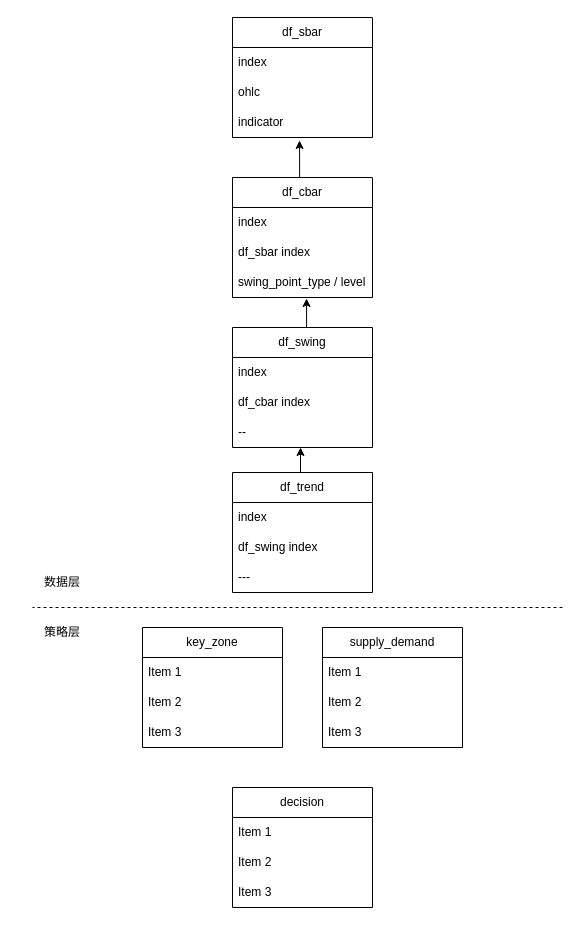
Earlier version of the draw.io diagram page "DB Relation" (9 of 9) of docs/followchart.drawio (ligl/pulao). Source tidied: cells renumbered, new cells numbered last; positions are measured from the earlier drawing's top-left corner, leaving out a move shared by most shapes. Both pictures are drawn from the tidied source at 100%, with x=0, y=0 at pixel (32, 17).
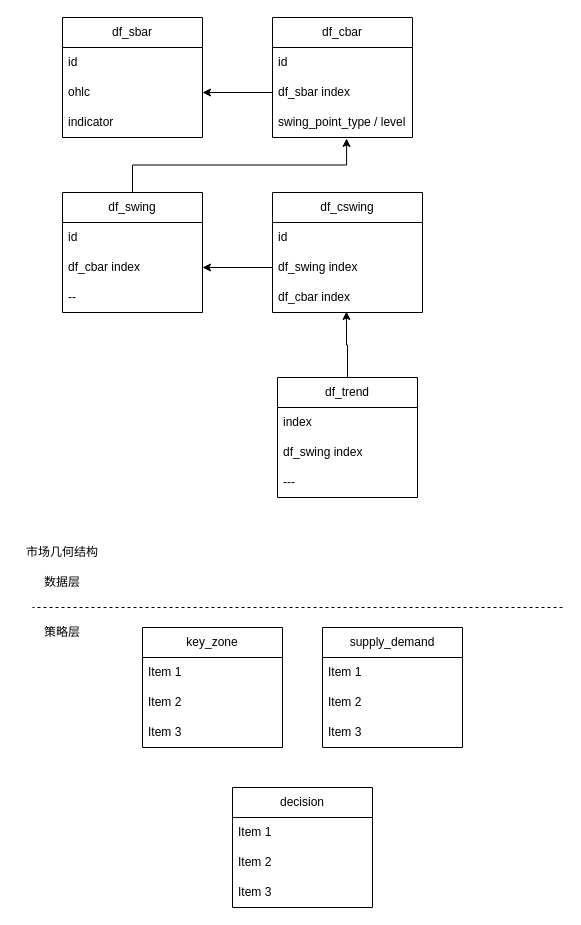
The same page after the edit.

The change refers to these unchanged cells:
```xml
<mxCell id="4" value="ohlc" style="text;strokeColor=none;fillColor=none;align=left;verticalAlign=middle;spacingLeft=4;spacingRight=4;overflow=hidden;points=[[0,0.5],[1,0.5]];portConstraint=eastwest;whiteSpace=wrap;html=1;" parent="2" vertex="1">
  <mxGeometry y="60" width="140" height="30" as="geometry" />
</mxCell>
<mxCell id="5" value="indicator" style="text;strokeColor=none;fillColor=none;align=left;verticalAlign=middle;spacingLeft=4;spacingRight=4;overflow=hidden;points=[[0,0.5],[1,0.5]];portConstraint=eastwest;whiteSpace=wrap;html=1;" parent="2" vertex="1">
  <mxGeometry y="90" width="140" height="30" as="geometry" />
</mxCell>
<mxCell id="8" value="df_sbar index" style="text;strokeColor=none;fillColor=none;align=left;verticalAlign=middle;spacingLeft=4;spacingRight=4;overflow=hidden;points=[[0,0.5],[1,0.5]];portConstraint=eastwest;whiteSpace=wrap;html=1;" parent="6" vertex="1">
  <mxGeometry y="60" width="140" height="30" as="geometry" />
</mxCell>
<mxCell id="13" value="--" style="text;strokeColor=none;fillColor=none;align=left;verticalAlign=middle;spacingLeft=4;spacingRight=4;overflow=hidden;points=[[0,0.5],[1,0.5]];portConstraint=eastwest;whiteSpace=wrap;html=1;" parent="10" vertex="1">
  <mxGeometry y="90" width="140" height="30" as="geometry" />
</mxCell>
```

Diff of the diagram source:
```diff
@@
     <mxCell id="2" value="df_sbar" style="swimlane;fontStyle=0;horizontal=1;startSize=30;whiteSpace=wrap;html=1;" parent="1" vertex="1">
-      <mxGeometry x="200" width="140" height="120" as="geometry" />
+      <mxGeometry x="30" width="140" height="120" as="geometry" />
     </mxCell>
-    <mxCell id="3" value="index" style="text;strokeColor=none;fillColor=none;align=left;verticalAlign=middle;spacingLeft=4;spacingRight=4;overflow=hidden;whiteSpace=wrap;html=1;" parent="2" vertex="1">
+    <mxCell id="3" value="id" style="text;strokeColor=none;fillColor=none;align=left;verticalAlign=middle;spacingLeft=4;spacingRight=4;overflow=hidden;whiteSpace=wrap;html=1;" parent="2" vertex="1">
       <mxGeometry y="30" width="140" height="30" as="geometry" />
     </mxCell>
@@
     <mxCell id="6" value="df_cbar" style="swimlane;fontStyle=0;horizontal=1;startSize=30;whiteSpace=wrap;html=1;" parent="1" vertex="1">
-      <mxGeometry x="200" y="160" width="140" height="120" as="geometry" />
+      <mxGeometry x="240" width="140" height="120" as="geometry" />
     </mxCell>
-    <mxCell id="7" value="index" style="text;strokeColor=none;fillColor=none;align=left;verticalAlign=middle;spacingLeft=4;spacingRight=4;overflow=hidden;whiteSpace=wrap;html=1;" parent="6" vertex="1">
+    <mxCell id="7" value="id" style="text;strokeColor=none;fillColor=none;align=left;verticalAlign=middle;spacingLeft=4;spacingRight=4;overflow=hidden;whiteSpace=wrap;html=1;" parent="6" vertex="1">
       <mxGeometry y="30" width="140" height="30" as="geometry" />
     </mxCell>
@@
     <mxCell id="10" value="df_swing" style="swimlane;fontStyle=0;horizontal=1;startSize=30;whiteSpace=wrap;html=1;" parent="1" vertex="1">
-      <mxGeometry x="200" y="310" width="140" height="120" as="geometry" />
+      <mxGeometry x="30" y="175" width="140" height="120" as="geometry" />
     </mxCell>
-    <mxCell id="11" value="index" style="text;strokeColor=none;fillColor=none;align=left;verticalAlign=middle;spacingLeft=4;spacingRight=4;overflow=hidden;whiteSpace=wrap;html=1;" parent="10" vertex="1">
+    <mxCell id="11" value="id" style="text;strokeColor=none;fillColor=none;align=left;verticalAlign=middle;spacingLeft=4;spacingRight=4;overflow=hidden;whiteSpace=wrap;html=1;" parent="10" vertex="1">
       <mxGeometry y="30" width="140" height="30" as="geometry" />
     </mxCell>
@@
     <mxCell id="14" value="df_trend" style="swimlane;fontStyle=0;horizontal=1;startSize=30;whiteSpace=wrap;html=1;" parent="1" vertex="1">
-      <mxGeometry x="200" y="455" width="140" height="120" as="geometry" />
+      <mxGeometry x="245" y="360" width="140" height="120" as="geometry" />
     </mxCell>
@@
-    <mxCell id="18" style="edgeStyle=orthogonalEdgeStyle;rounded=0;jettySize=auto;html=1;exitX=0.5;exitY=0;exitDx=0;exitDy=0;entryX=0.479;entryY=1.1;entryDx=0;entryDy=0;entryPerimeter=0;" parent="1" edge="1" source="6" target="5">
-      <mxGeometry relative="1" as="geometry" />
-    </mxCell>
@@
-    <mxCell id="20" style="edgeStyle=orthogonalEdgeStyle;rounded=0;jettySize=auto;html=1;exitX=0.5;exitY=0;exitDx=0;exitDy=0;entryX=0.486;entryY=1;entryDx=0;entryDy=0;entryPerimeter=0;" parent="1" edge="1" source="14" target="13">
-      <mxGeometry relative="1" as="geometry" />
-    </mxCell>
@@
+    <mxCell id="36" value="市场几何结构" style="text;html=1;whiteSpace=wrap;strokeColor=none;fillColor=none;align=center;verticalAlign=middle;rounded=0;" parent="1" vertex="1">
+      <mxGeometry x="-15" y="520" width="90" height="30" as="geometry" />
+    </mxCell>
+    <mxCell id="37" value="df_cswing" style="swimlane;fontStyle=0;horizontal=1;startSize=30;whiteSpace=wrap;html=1;" parent="1" vertex="1">
+      <mxGeometry x="240" y="175" width="150" height="120" as="geometry" />
+    </mxCell>
+    <mxCell id="38" value="id" style="text;strokeColor=none;fillColor=none;align=left;verticalAlign=middle;spacingLeft=4;spacingRight=4;overflow=hidden;whiteSpace=wrap;html=1;" parent="37" vertex="1">
+      <mxGeometry y="30" width="150" height="30" as="geometry" />
+    </mxCell>
+    <mxCell id="39" value="df_swing index" style="text;strokeColor=none;fillColor=none;align=left;verticalAlign=middle;spacingLeft=4;spacingRight=4;overflow=hidden;points=[[0,0.5],[1,0.5]];portConstraint=eastwest;whiteSpace=wrap;html=1;" parent="37" vertex="1">
+      <mxGeometry y="60" width="150" height="30" as="geometry" />
+    </mxCell>
+    <mxCell id="40" value="df_cbar index" style="text;strokeColor=none;fillColor=none;align=left;verticalAlign=middle;spacingLeft=4;spacingRight=4;overflow=hidden;points=[[0,0.5],[1,0.5]];portConstraint=eastwest;whiteSpace=wrap;html=1;" parent="37" vertex="1">
+      <mxGeometry y="90" width="150" height="30" as="geometry" />
+    </mxCell>
+    <mxCell id="41" style="edgeStyle=orthogonalEdgeStyle;rounded=0;jettySize=auto;html=1;exitX=0;exitY=0.5;exitDx=0;exitDy=0;entryX=1;entryY=0.5;entryDx=0;entryDy=0;" parent="1" edge="1" source="39">
+      <mxGeometry relative="1" as="geometry">
+        <mxPoint x="170" y="250" as="targetPoint" />
+      </mxGeometry>
+    </mxCell>
+    <mxCell id="42" style="edgeStyle=orthogonalEdgeStyle;rounded=0;jettySize=auto;html=1;exitX=0;exitY=0.5;exitDx=0;exitDy=0;entryX=1;entryY=0.5;entryDx=0;entryDy=0;" parent="1" edge="1" source="8" target="4">
+      <mxGeometry relative="1" as="geometry" />
+    </mxCell>
+    <mxCell id="43" style="edgeStyle=orthogonalEdgeStyle;rounded=0;jettySize=auto;html=1;exitX=0.5;exitY=0;exitDx=0;exitDy=0;entryX=0.493;entryY=0.967;entryDx=0;entryDy=0;entryPerimeter=0;" parent="1" edge="1" source="14" target="40">
+      <mxGeometry relative="1" as="geometry" />
+    </mxCell>
```
